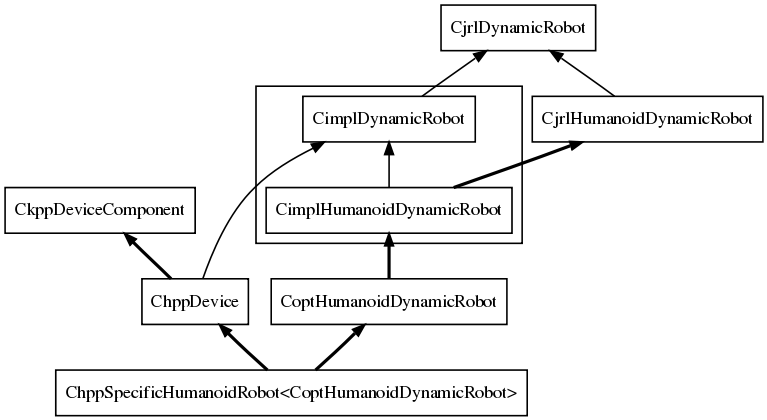
The Graphviz diagram doc/figures/classDiagramHumanoid.png in pFernbach/hpp-model, before a commit. Its source is kept beside it as doc/figures/classDiagramHumanoid.dot. The source it was exported from:
```dot
digraph CD  {
	size = "8,15"
	rankdir = BT
	compound=true
	CjrlDynamicRobot [shape = box]
	CjrlHumanoidDynamicRobot [shape = box]
	CjrlHumanoidDynamicRobot -> CjrlDynamicRobot;
	CkppDeviceComponent [shape = box]
	"ChppDevice" [shape = box]
	"ChppSpecificHumanoidRobot<CoptHumanoidDynamicRobot>" [shape = box]
	"ChppDevice" -> CkppDeviceComponent [style = bold]
	"ChppDevice" -> CimplDynamicRobot
	"ChppSpecificHumanoidRobot<CoptHumanoidDynamicRobot>" -> "ChppDevice" [style = bold]
	"ChppSpecificHumanoidRobot<CoptHumanoidDynamicRobot>" -> CoptHumanoidDynamicRobot [style = bold]
	"CoptHumanoidDynamicRobot" [shape = box]
	"CoptHumanoidDynamicRobot" -> CimplHumanoidDynamicRobot [style = bold]

	subgraph cluster0 {
		CimplDynamicRobot [shape = box]
		CimplHumanoidDynamicRobot [shape = box]
	}
	CimplDynamicRobot -> CjrlDynamicRobot
	CimplHumanoidDynamicRobot -> CjrlHumanoidDynamicRobot [style = bold]
	CimplHumanoidDynamicRobot -> CimplDynamicRobot
}
```
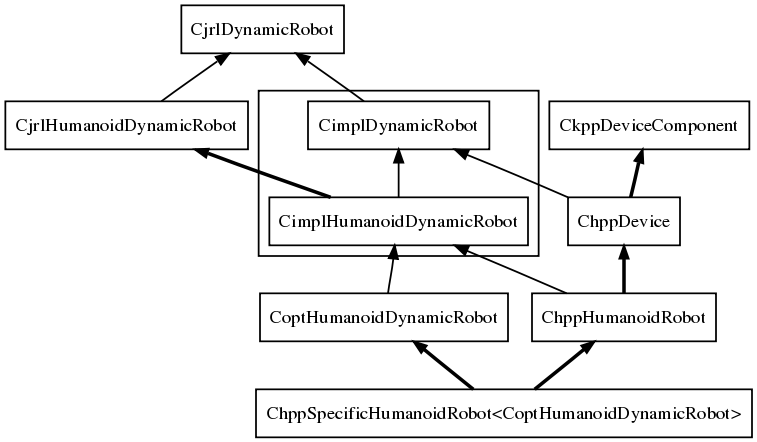
The same diagram one commit later.

Diff of the diagram source:
```diff
@@ -10,10 +10,14 @@
 	"ChppSpecificHumanoidRobot<CoptHumanoidDynamicRobot>" [shape = box]
 	"ChppDevice" -> CkppDeviceComponent [style = bold]
 	"ChppDevice" -> CimplDynamicRobot
-	"ChppSpecificHumanoidRobot<CoptHumanoidDynamicRobot>" -> "ChppDevice" [style = bold]
+	"ChppSpecificHumanoidRobot<CoptHumanoidDynamicRobot>" -> "ChppHumanoidRobot" [style = bold]
 	"ChppSpecificHumanoidRobot<CoptHumanoidDynamicRobot>" -> CoptHumanoidDynamicRobot [style = bold]
 	"CoptHumanoidDynamicRobot" [shape = box]
-	"CoptHumanoidDynamicRobot" -> CimplHumanoidDynamicRobot [style = bold]
+	"CoptHumanoidDynamicRobot" -> CimplHumanoidDynamicRobot
+
+	"ChppHumanoidRobot" [shape = box]
+	"ChppHumanoidRobot" -> "ChppDevice" [style = bold]
+	"ChppHumanoidRobot" -> CimplHumanoidDynamicRobot
 
 	subgraph cluster0 {
 		CimplDynamicRobot [shape = box]
```
